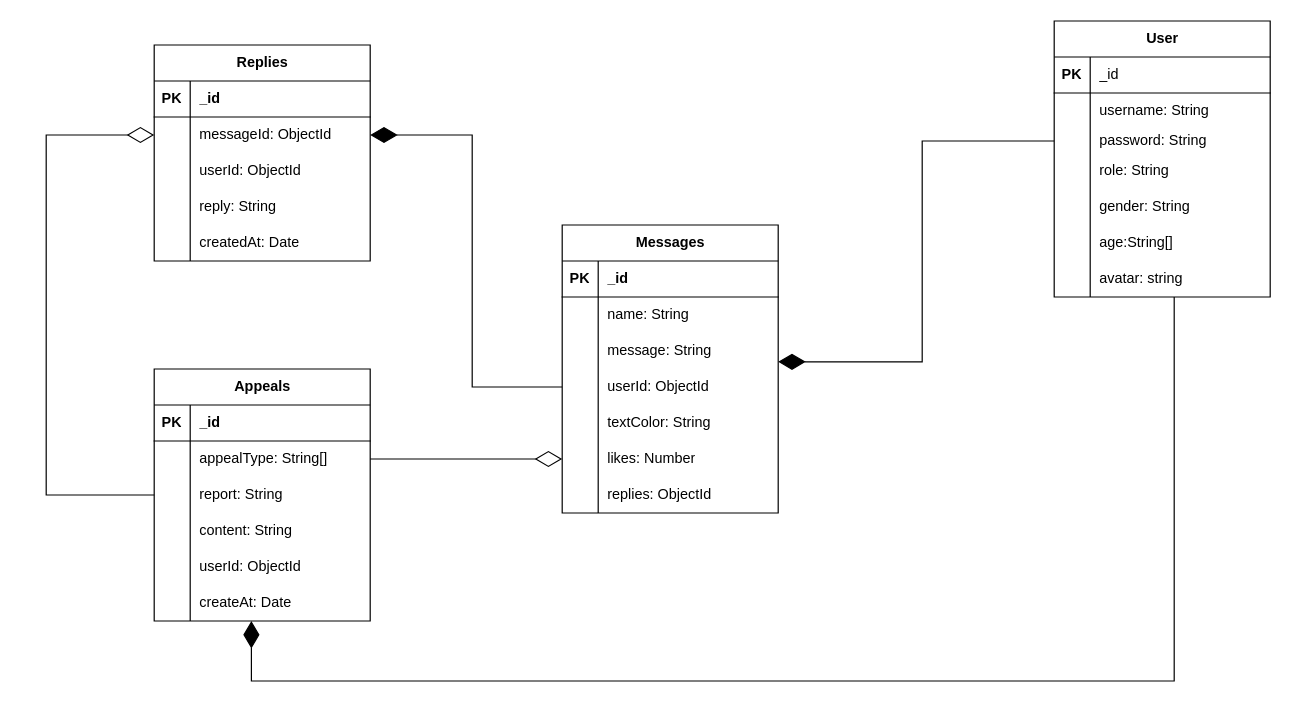
Above: 資料庫.drawio in skwpg6830/- (draw.io), before the change. Source tidied: cells renumbered, new cells numbered last; positions are measured from the earlier drawing's top-left corner, leaving out a move shared by most shapes. Both pictures are drawn from the tidied source at 120%, with x=0, y=0 at pixel (46, 20).
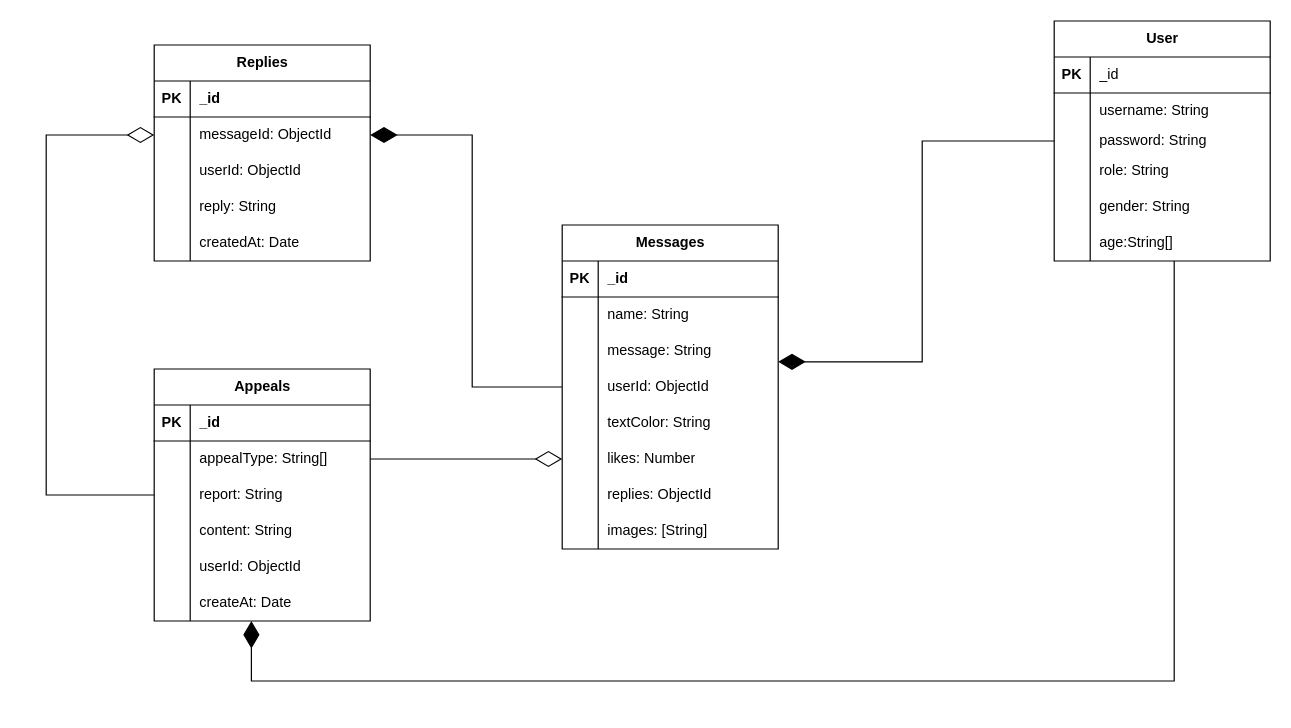
Above is the later version.

Diff of the diagram source:
```diff
@@
     <mxCell id="2" value="User" style="shape=table;startSize=30;childLayout=tableLayout;rowLines=0;fontStyle=1;align=center;html=1;" parent="1" vertex="1">
-      <mxGeometry x="840" width="180" height="230" as="geometry" />
+      <mxGeometry x="840" width="180" height="200" as="geometry" />
     </mxCell>
@@
-    <mxCell id="21" style="shape=tableRow;horizontal=0;startSize=0;swimlaneHead=0;swimlaneBody=0;fillColor=none;top=0;left=0;right=0;bottom=0;" parent="2" vertex="1">
-      <mxGeometry y="200" width="180" height="30" as="geometry" />
-    </mxCell>
-    <mxCell id="22" style="shape=partialRectangle;fillColor=none;top=0;left=0;bottom=0;right=0;overflow=hidden;whiteSpace=wrap;html=1;" parent="21" vertex="1">
-      <mxGeometry width="30" height="30" as="geometry" />
-    </mxCell>
-    <mxCell id="23" value="avatar: string" style="shape=partialRectangle;fillColor=none;top=0;left=0;bottom=0;right=0;align=left;spacingLeft=6;overflow=hidden;whiteSpace=wrap;html=1;" parent="21" vertex="1">
-      <mxGeometry x="30" width="150" height="30" as="geometry" />
-    </mxCell>
     <mxCell id="24" value="Messages" style="shape=table;startSize=30;childLayout=tableLayout;rowLines=0;fontStyle=1;align=center;html=1;" parent="1" vertex="1">
-      <mxGeometry x="430" y="170" width="180" height="240" as="geometry" />
+      <mxGeometry x="430" y="170" width="180" height="270" as="geometry" />
     </mxCell>
@@
+    <mxCell id="86" style="shape=tableRow;horizontal=0;startSize=0;swimlaneHead=0;swimlaneBody=0;fillColor=none;top=0;left=0;right=0;bottom=0;" parent="24" vertex="1">
+      <mxGeometry y="240" width="180" height="30" as="geometry" />
+    </mxCell>
+    <mxCell id="22" style="shape=partialRectangle;fillColor=none;top=0;left=0;bottom=0;right=0;overflow=hidden;whiteSpace=wrap;html=1;" parent="86" vertex="1">
+      <mxGeometry width="30" height="30" as="geometry" />
+    </mxCell>
+    <mxCell id="87" value="images: [String]" style="shape=partialRectangle;fillColor=none;top=0;left=0;bottom=0;right=0;align=left;spacingLeft=6;overflow=hidden;whiteSpace=wrap;html=1;" parent="86" vertex="1">
+      <mxGeometry x="30" width="150" height="30" as="geometry" />
+    </mxCell>
```
